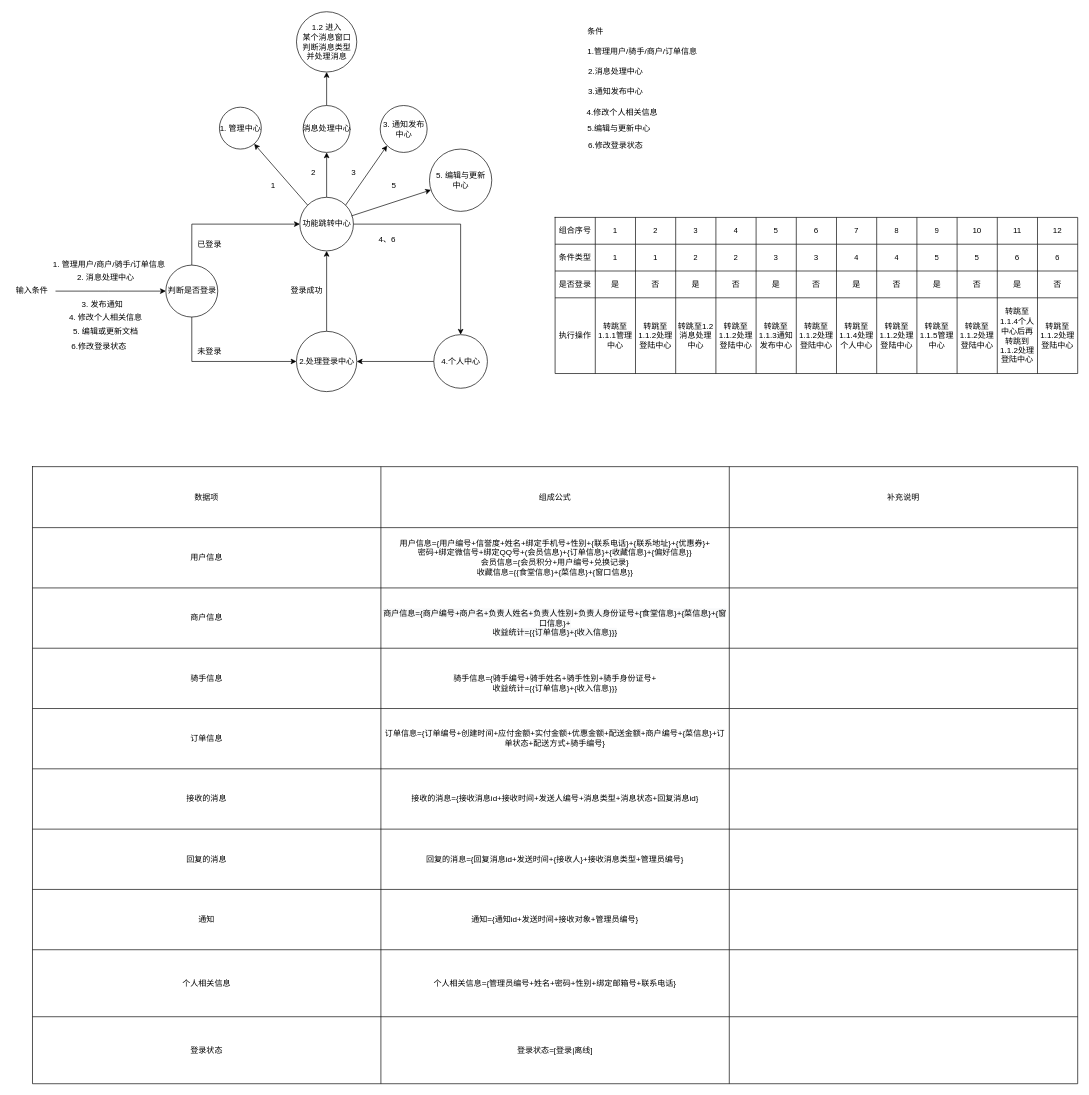
This is page "1.1 根据条件展示信息" (5 of 14) of Untitled Diagram.drawio from czely/czely.github.io, a draw.io file, before an edit. Source tidied: cells renumbered, new cells numbered last; positions are measured from the earlier drawing's top-left corner, leaving out a move shared by most shapes. Both pictures are drawn from the tidied source at 67%, with x=0, y=0 at pixel (11, 11).
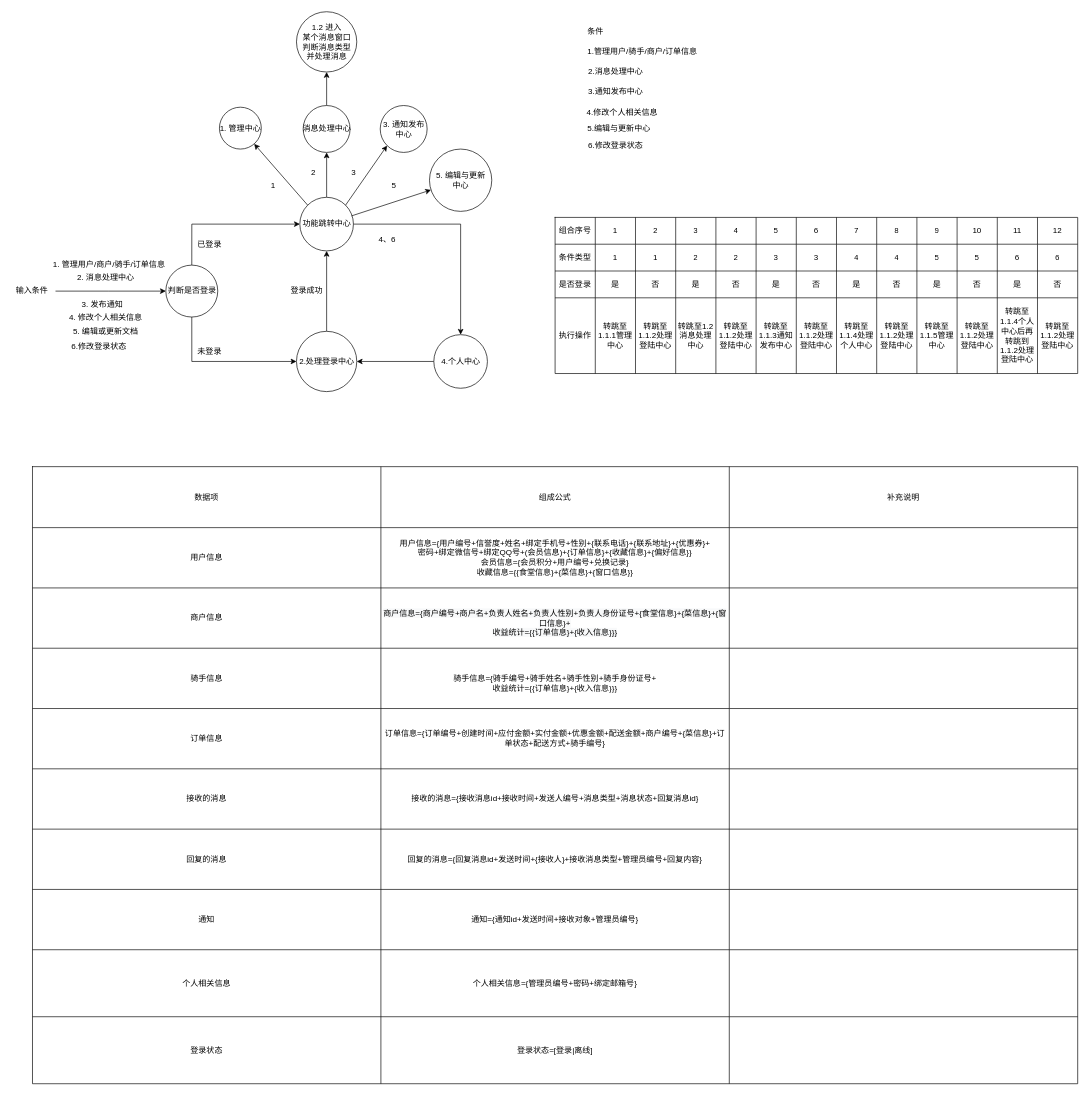
Above is the later version.

The change refers to these unchanged cells:
```xml
<mxCell id="126" style="shape=partialRectangle;html=1;whiteSpace=wrap;fillColor=none;top=0;left=0;bottom=0;right=0;" parent="101" vertex="1">
  <mxGeometry y="541" width="1560" height="90" as="geometry" />
</mxCell>
<mxCell id="134" style="shape=partialRectangle;html=1;whiteSpace=wrap;fillColor=none;top=0;left=0;bottom=0;right=0;" parent="101" vertex="1">
  <mxGeometry y="721" width="1560" height="100" as="geometry" />
</mxCell>
```

Diff of the diagram source:
```diff
@@
-    <mxCell id="128" value="&lt;span&gt;回复的消息={回复消息id+发送时间+{接收人}+接收消息类型+管理员编号}&lt;/span&gt;" style="shape=partialRectangle;html=1;whiteSpace=wrap;overflow=hidden;fillColor=none;top=0;left=0;bottom=0;right=0;" parent="126" vertex="1">
+    <mxCell id="128" value="&lt;span&gt;回复的消息={回复消息id+发送时间+{接收人}+接收消息类型+管理员编号+回复内容}&lt;/span&gt;" style="shape=partialRectangle;html=1;whiteSpace=wrap;overflow=hidden;fillColor=none;top=0;left=0;bottom=0;right=0;" parent="126" vertex="1">
       <mxGeometry x="520" width="520" height="90" as="geometry" />
     </mxCell>
@@
-    <mxCell id="136" value="个人相关信息={管理员编号+姓名+密码+性别+绑定邮箱号+联系电话}" style="shape=partialRectangle;html=1;whiteSpace=wrap;overflow=hidden;fillColor=none;top=0;left=0;bottom=0;right=0;" parent="134" vertex="1">
+    <mxCell id="136" value="个人相关信息={管理员编号+密码+绑定邮箱号}" style="shape=partialRectangle;html=1;whiteSpace=wrap;overflow=hidden;fillColor=none;top=0;left=0;bottom=0;right=0;" parent="134" vertex="1">
       <mxGeometry x="520" width="520" height="100" as="geometry" />
     </mxCell>
```
